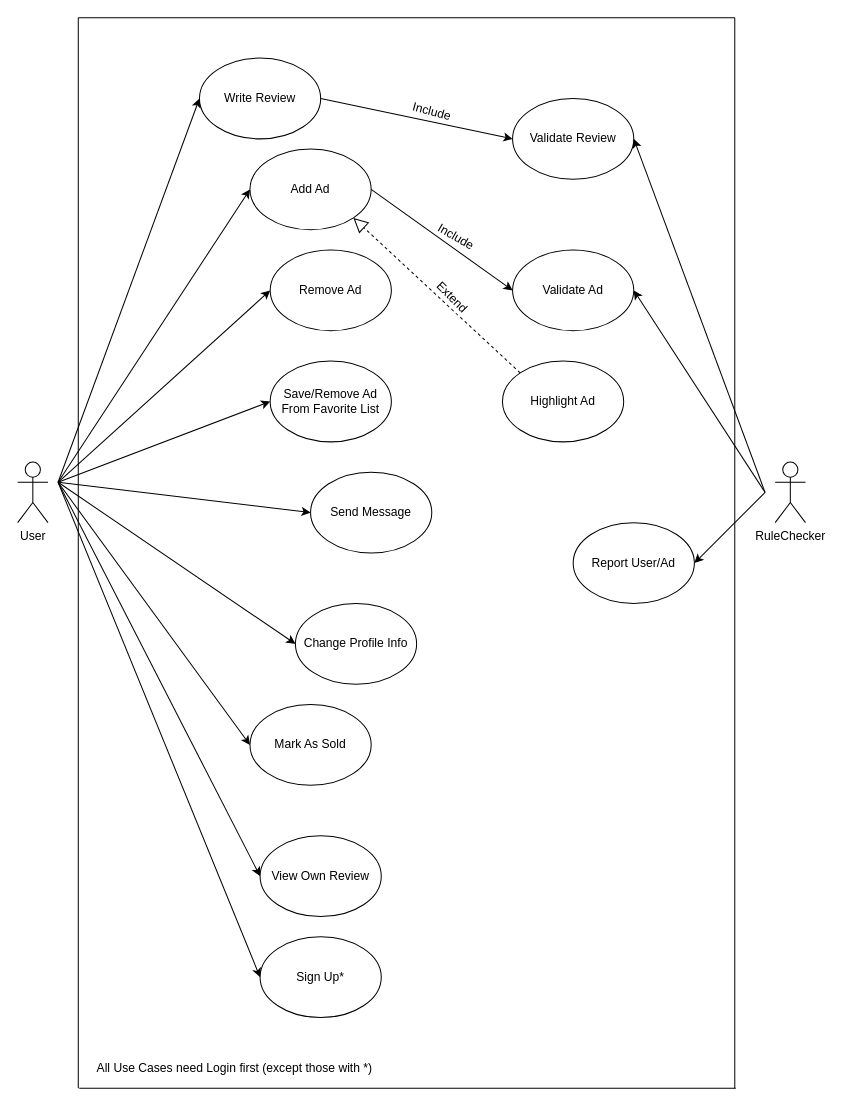
The draw.io diagram UCDiagram.drawio in AmineMatqoune/TorVerBook, before the edit. Source tidied: cells renumbered, new cells numbered last; positions are measured from the earlier drawing's top-left corner, leaving out a move shared by most shapes. Both pictures are drawn from the tidied source at 101%, with x=0, y=0 at pixel (17, 17).
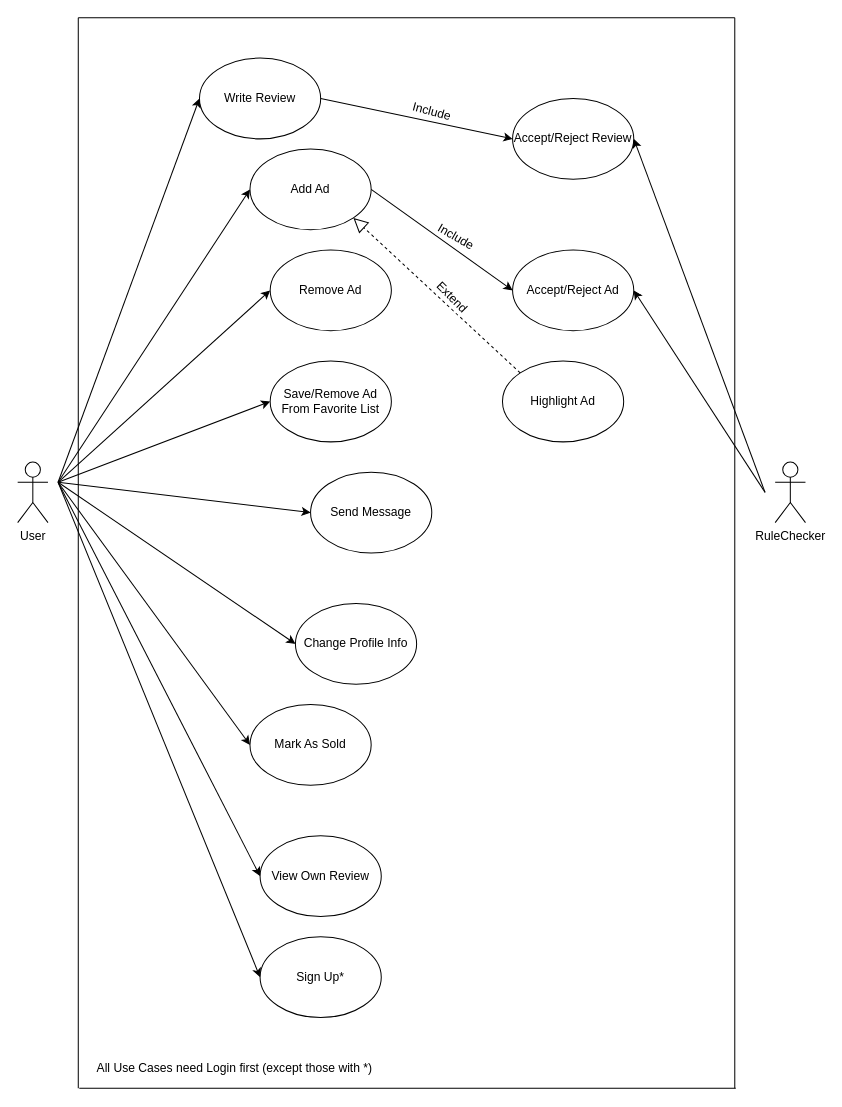
Above is the later version.

Diff of the diagram source:
```diff
@@
-    <mxCell id="9" value="Validate Ad" style="ellipse;whiteSpace=wrap;html=1;" parent="1" vertex="1">
+    <mxCell id="9" value="Accept/Reject Ad" style="ellipse;whiteSpace=wrap;html=1;" parent="1" vertex="1">
       <mxGeometry x="490" y="230" width="120" height="80" as="geometry" />
     </mxCell>
@@
-    <mxCell id="17" value="Validate Review" style="ellipse;whiteSpace=wrap;html=1;" parent="1" vertex="1">
+    <mxCell id="17" value="Accept/Reject Review" style="ellipse;whiteSpace=wrap;html=1;" parent="1" vertex="1">
       <mxGeometry x="490" y="80" width="120" height="80" as="geometry" />
     </mxCell>
-    <mxCell id="18" value="Report User/Ad" style="ellipse;whiteSpace=wrap;html=1;" parent="1" vertex="1">
-      <mxGeometry x="550" y="500" width="120" height="80" as="geometry" />
-    </mxCell>
@@
-    <mxCell id="32" style="endArrow=classic;html=1;entryX=1;entryY=0.5;entryDx=0;entryDy=0;" parent="1" edge="1" target="18">
-      <mxGeometry relative="1" as="geometry">
-        <mxPoint x="740" y="470" as="sourcePoint" />
-      </mxGeometry>
-    </mxCell>
```
